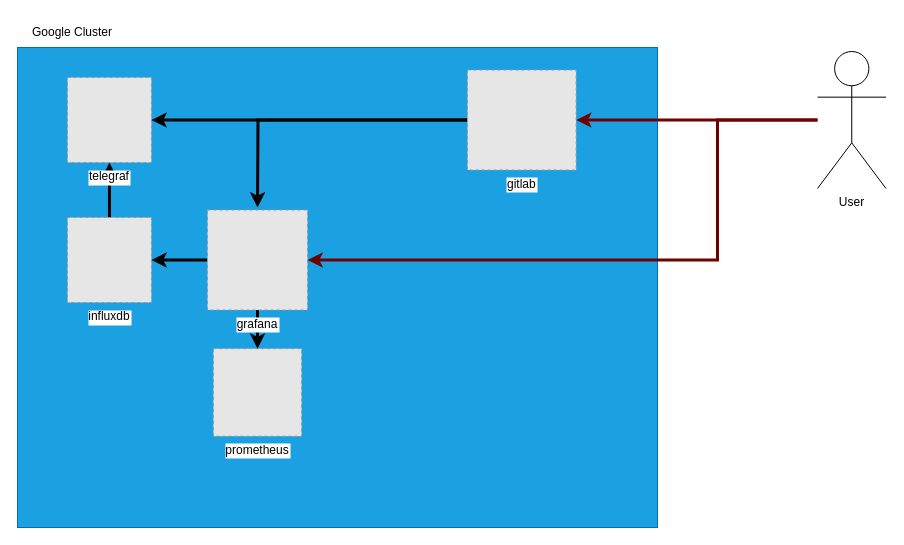
Above: architecture.drawio in alytvynenko-khai-diploma/2-terraform-operational (draw.io), before the change. Source tidied: cells renumbered, new cells numbered last; positions are measured from the earlier drawing's top-left corner, leaving out a move shared by most shapes. Both pictures are drawn from the tidied source at 100%, with x=0, y=0 at pixel (17, 17). Pictures stored in the file or linked from it are replaced by grey dashed boxes.
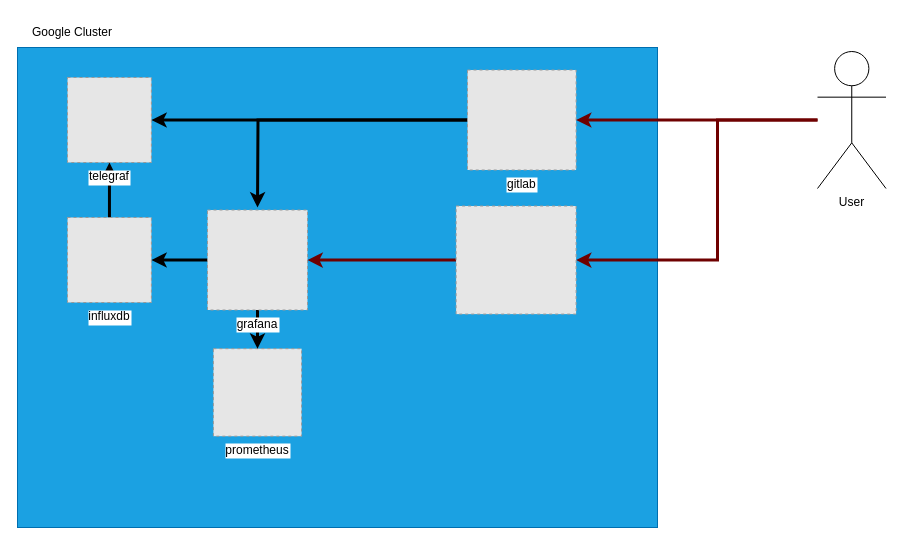
After the change.

Unchanged cells that the change refers to:
```xml
<mxCell id="10" value="grafana" style="fillColor=#E6E6E6;strokeColor=#999999;dashed=1;verticalLabelPosition=bottom;labelBackgroundColor=default;verticalAlign=top;" parent="1" vertex="1">
  <mxGeometry x="190" y="192.5" width="100" height="100" as="geometry" />
</mxCell>
<mxCell id="16" value="User" style="shape=umlActor;verticalLabelPosition=bottom;verticalAlign=top;html=1;outlineConnect=0;" parent="1" vertex="1">
  <mxGeometry x="800" y="34" width="68.5" height="137" as="geometry" />
</mxCell>
```

The edit, as a diff of the source:
```diff
@@
-    <mxCell id="15" style="edgeStyle=orthogonalEdgeStyle;rounded=0;jettySize=auto;html=1;entryX=1;entryY=0.5;entryDx=0;entryDy=0;fillColor=#a20025;strokeColor=#6F0000;strokeWidth=3;" parent="1" edge="1" source="16" target="10">
-      <mxGeometry relative="1" as="geometry">
-        <Array as="points">
-          <mxPoint x="700" y="102" />
-          <mxPoint x="700" y="242" />
-        </Array>
-      </mxGeometry>
+    <mxCell id="15" style="edgeStyle=orthogonalEdgeStyle;rounded=0;jettySize=auto;html=1;entryX=1;entryY=0.5;entryDx=0;entryDy=0;fillColor=#a20025;strokeColor=#6F0000;strokeWidth=3;" parent="1" edge="1" source="18" target="10">
+      <mxGeometry relative="1" as="geometry" />
     </mxCell>
@@
+    <mxCell id="17" style="edgeStyle=orthogonalEdgeStyle;rounded=0;jettySize=auto;html=1;entryX=1;entryY=0.5;entryDx=0;entryDy=0;fillColor=#a20025;strokeColor=#6F0000;strokeWidth=3;" parent="1" edge="1" source="16" target="18">
+      <mxGeometry relative="1" as="geometry">
+        <Array as="points">
+          <mxPoint x="700" y="102" />
+          <mxPoint x="700" y="242" />
+        </Array>
+      </mxGeometry>
+    </mxCell>
+    <mxCell id="18" style="fillColor=#E6E6E6;strokeColor=#999999;dashed=1;verticalLabelPosition=bottom;labelBackgroundColor=default;verticalAlign=top;" parent="1" vertex="1">
+      <mxGeometry x="438.6" y="188.5" width="120" height="108.1" as="geometry" />
+    </mxCell>
```
